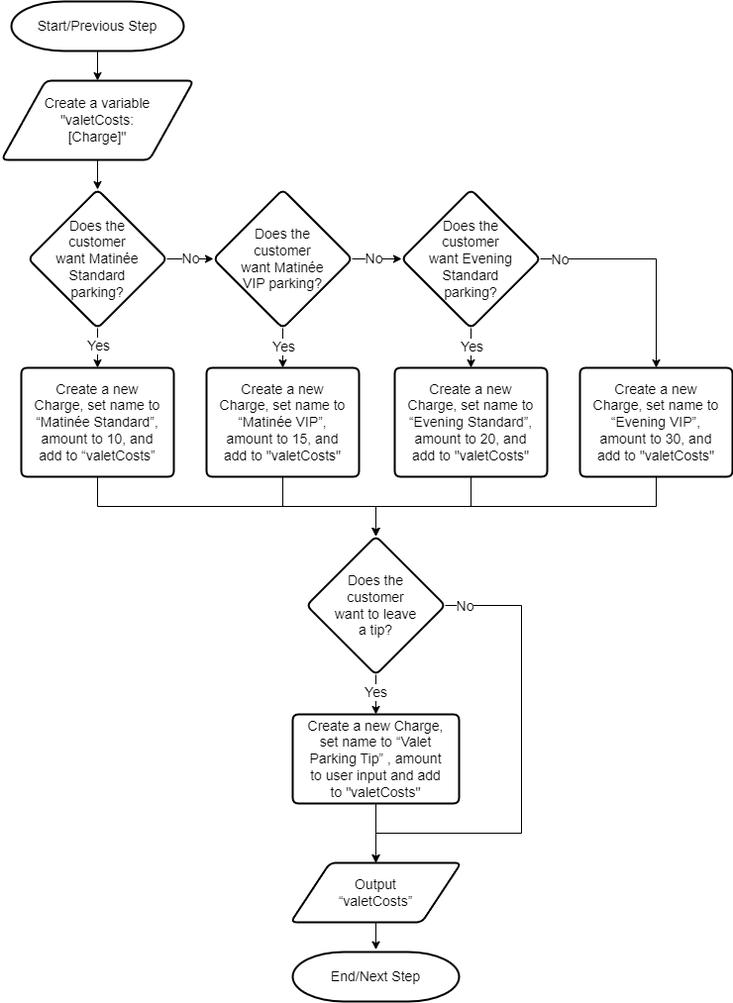
The draw.io diagram APS145NFF/W5/logic1-Luca Novello_part5.png in lucanovello/Winter-2024, before a commit. Source tidied: cells renumbered, new cells last; positions are measured from the earlier drawing's top-left corner, leaving out a move shared by most shapes.
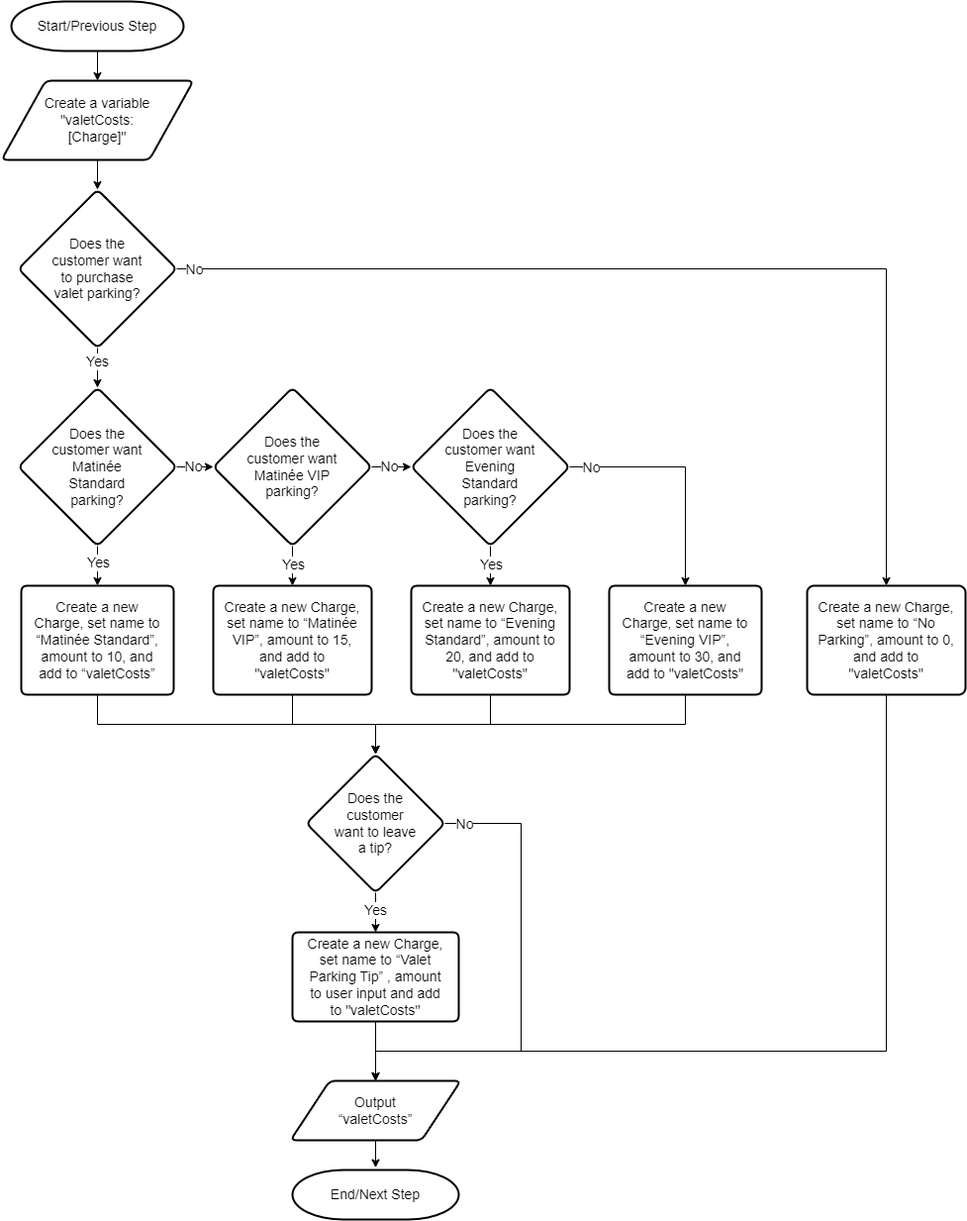
Above is the later version.

Diff of the diagram source:
```diff
@@ -3,7 +3,7 @@
     <mxCell id="0" />
     <mxCell id="1" parent="0" />
     <mxCell id="2" value="Start/Previous Step" style="strokeWidth=2;html=1;shape=mxgraph.flowchart.terminator;whiteSpace=wrap;spacing=20;spacingTop=5;spacingBottom=5;spacingLeft=5;spacingRight=5;fontSize=14;" parent="1" vertex="1">
-      <mxGeometry x="10" width="174" height="50" as="geometry" />
+      <mxGeometry x="10" y="-220" width="174" height="50" as="geometry" />
     </mxCell>
     <mxCell id="3" style="endArrow=classic;html=1;rounded=0;exitX=0.5;exitY=1;exitDx=0;exitDy=0;exitPerimeter=0;entryX=0.5;entryY=0;entryDx=0;entryDy=0;fontSize=14;" parent="1" edge="1" source="2" target="12">
       <mxGeometry relative="1" as="geometry" />
@@ -16,14 +16,16 @@
         <mxPoint x="2" y="4" as="offset" />
       </mxGeometry>
     </mxCell>
-    <mxCell id="6" style="edgeStyle=orthogonalEdgeStyle;rounded=0;jettySize=auto;html=1;fontSize=14;" parent="1" edge="1" source="8" target="25">
+    <mxCell id="6" style="edgeStyle=orthogonalEdgeStyle;rounded=0;jettySize=auto;html=1;fontSize=14;entryX=0;entryY=0.5;entryDx=0;entryDy=0;" parent="1" edge="1" source="8" target="25">
       <mxGeometry relative="1" as="geometry" />
     </mxCell>
     <mxCell id="7" value="No" style="edgeLabel;html=1;align=center;verticalAlign=middle;fontSize=14;" parent="6" vertex="1">
-      <mxGeometry x="-0.04" y="1" relative="1" as="geometry" />
+      <mxGeometry x="-0.04" y="1" relative="1" as="geometry">
+        <mxPoint x="-4" y="-2" as="offset" />
+      </mxGeometry>
     </mxCell>
     <mxCell id="8" value="&lt;p style=&quot;line-height: 120%; font-size: 14px;&quot;&gt;Does the customer want Matinée Standard parking?&lt;/p&gt;" style="rhombus;whiteSpace=wrap;html=1;strokeWidth=2;rounded=1;arcSize=12;verticalAlign=middle;horizontal=1;spacing=21;spacingBottom=5;spacingTop=5;spacingLeft=5;spacingRight=5;fontSize=14;" parent="1" vertex="1">
-      <mxGeometry x="27" y="190" width="140" height="140" as="geometry" />
+      <mxGeometry x="17" y="170" width="160" height="160" as="geometry" />
     </mxCell>
     <mxCell id="9" style="edgeStyle=orthogonalEdgeStyle;rounded=0;jettySize=auto;html=1;entryX=0.5;entryY=-0.047;entryDx=0;entryDy=0;entryPerimeter=0;fontSize=14;" parent="1" edge="1" source="10" target="13">
       <mxGeometry relative="1" as="geometry" />
@@ -31,11 +33,11 @@
     <mxCell id="10" value="Output “valetCosts”" style="shape=parallelogram;html=1;strokeWidth=2;perimeter=parallelogramPerimeter;whiteSpace=wrap;rounded=1;arcSize=12;size=0.23;spacing=20;spacingTop=20;spacingBottom=20;spacingLeft=30;spacingRight=30;fontSize=14;" parent="1" vertex="1">
       <mxGeometry x="292" y="870" width="172" height="60" as="geometry" />
     </mxCell>
-    <mxCell id="11" style="edgeStyle=orthogonalEdgeStyle;rounded=0;jettySize=auto;html=1;fontSize=14;" parent="1" edge="1" source="12" target="8">
-      <mxGeometry relative="1" as="geometry" />
-    </mxCell>
+    <mxCell id="39" style="edgeStyle=orthogonalEdgeStyle;rounded=0;jettySize=auto;html=1;" parent="1" edge="1" source="12" target="44">
+      <mxGeometry relative="1" as="geometry" />
+    </mxCell>
     <mxCell id="12" value="&lt;div style=&quot;font-size: 14px;&quot;&gt;Create a variable &quot;valetCosts: [Charge]&quot;&lt;/div&gt;" style="shape=parallelogram;html=1;strokeWidth=2;perimeter=parallelogramPerimeter;whiteSpace=wrap;rounded=1;arcSize=12;size=0.23;spacing=20;spacingTop=20;spacingBottom=20;spacingLeft=20;spacingRight=20;fontSize=14;" parent="1" vertex="1">
-      <mxGeometry y="80" width="194" height="80" as="geometry" />
+      <mxGeometry y="-140" width="194" height="80" as="geometry" />
     </mxCell>
     <mxCell id="13" value="End/Next Step" style="strokeWidth=2;html=1;shape=mxgraph.flowchart.terminator;whiteSpace=wrap;spacing=20;spacingTop=5;spacingBottom=5;spacingLeft=5;spacingRight=5;fontSize=14;" parent="1" vertex="1">
       <mxGeometry x="294" y="960" width="168" height="50" as="geometry" />
@@ -84,7 +86,7 @@
       </mxGeometry>
     </mxCell>
     <mxCell id="25" value="&lt;p style=&quot;line-height: 120%; font-size: 14px;&quot;&gt;Does the customer want Matinée VIP parking?&lt;/p&gt;" style="rhombus;whiteSpace=wrap;html=1;strokeWidth=2;rounded=1;arcSize=12;verticalAlign=middle;horizontal=1;spacing=21;spacingBottom=5;spacingTop=5;spacingLeft=5;spacingRight=5;fontSize=14;" parent="1" vertex="1">
-      <mxGeometry x="214" y="190" width="140" height="140" as="geometry" />
+      <mxGeometry x="214" y="170" width="160" height="160" as="geometry" />
     </mxCell>
     <mxCell id="26" style="edgeStyle=orthogonalEdgeStyle;rounded=0;jettySize=auto;html=1;fontSize=14;" parent="1" edge="1" source="30" target="36">
       <mxGeometry relative="1" as="geometry" />
@@ -103,7 +105,7 @@
       </mxGeometry>
     </mxCell>
     <mxCell id="30" value="&lt;p style=&quot;line-height: 120%; font-size: 14px;&quot;&gt;Does the customer want Evening Standard parking?&lt;/p&gt;" style="rhombus;whiteSpace=wrap;html=1;strokeWidth=2;rounded=1;arcSize=12;verticalAlign=middle;horizontal=1;spacing=21;spacingBottom=5;spacingTop=5;spacingLeft=5;spacingRight=5;fontSize=14;" parent="1" vertex="1">
-      <mxGeometry x="404" y="190" width="140" height="140" as="geometry" />
+      <mxGeometry x="414" y="170" width="160" height="160" as="geometry" />
     </mxCell>
     <mxCell id="31" style="edgeStyle=orthogonalEdgeStyle;rounded=0;jettySize=auto;html=1;entryX=0.5;entryY=0;entryDx=0;entryDy=0;fontSize=14;" parent="1" edge="1" source="32" target="18">
       <mxGeometry relative="1" as="geometry">
@@ -120,24 +122,52 @@
       <mxGeometry relative="1" as="geometry" />
     </mxCell>
     <mxCell id="34" value="Create a new Charge, set name to “Matinée VIP”, amount to 15, and add to &quot;valetCosts&quot;" style="shape=parallelogram;html=1;strokeWidth=2;perimeter=parallelogramPerimeter;whiteSpace=wrap;rounded=1;arcSize=12;size=0;spacing=12;spacingLeft=0;spacingRight=0;fontSize=14;" parent="1" vertex="1">
-      <mxGeometry x="207" y="370" width="154" height="110" as="geometry" />
+      <mxGeometry x="214" y="370" width="160" height="110" as="geometry" />
     </mxCell>
     <mxCell id="35" style="edgeStyle=orthogonalEdgeStyle;rounded=0;jettySize=auto;html=1;entryX=0.5;entryY=0;entryDx=0;entryDy=0;fontSize=14;" parent="1" edge="1" source="36" target="18">
       <mxGeometry relative="1" as="geometry" />
     </mxCell>
     <mxCell id="36" value="Create a new Charge, set name to “Evening Standard”, amount to 20, and add to &quot;valetCosts&quot;" style="shape=parallelogram;html=1;strokeWidth=2;perimeter=parallelogramPerimeter;whiteSpace=wrap;rounded=1;arcSize=12;size=0;spacing=12;spacingLeft=0;spacingRight=0;fontSize=14;" parent="1" vertex="1">
-      <mxGeometry x="397" y="370" width="154" height="110" as="geometry" />
+      <mxGeometry x="414" y="370" width="160" height="110" as="geometry" />
     </mxCell>
-    <mxCell id="37" style="edgeStyle=orthogonalEdgeStyle;rounded=0;jettySize=auto;html=1;entryX=0.5;entryY=0;entryDx=0;entryDy=0;fontSize=14;" parent="1" edge="1" source="38" target="18">
+    <mxCell id="37" style="edgeStyle=orthogonalEdgeStyle;rounded=0;jettySize=auto;html=1;entryX=0.5;entryY=0;entryDx=0;entryDy=0;fontSize=14;exitX=0.5;exitY=1;exitDx=0;exitDy=0;" parent="1" edge="1" source="38" target="18">
       <mxGeometry relative="1" as="geometry">
         <Array as="points">
-          <mxPoint x="661" y="510" />
+          <mxPoint x="691" y="510" />
           <mxPoint x="378" y="510" />
         </Array>
       </mxGeometry>
     </mxCell>
     <mxCell id="38" value="Create a new Charge, set name to “Evening VIP”, amount to 30, and add to &quot;valetCosts&quot;" style="shape=parallelogram;html=1;strokeWidth=2;perimeter=parallelogramPerimeter;whiteSpace=wrap;rounded=1;arcSize=12;size=0;spacing=12;spacingLeft=0;spacingRight=0;fontSize=14;" parent="1" vertex="1">
-      <mxGeometry x="584" y="370" width="154" height="110" as="geometry" />
+      <mxGeometry x="614" y="370" width="154" height="110" as="geometry" />
     </mxCell>
+    <mxCell id="40" style="edgeStyle=orthogonalEdgeStyle;rounded=0;jettySize=auto;html=1;entryX=0.5;entryY=0;entryDx=0;entryDy=0;fontSize=14;" parent="1" edge="1" source="44" target="46">
+      <mxGeometry relative="1" as="geometry" />
+    </mxCell>
+    <mxCell id="41" value="No" style="edgeLabel;html=1;align=center;verticalAlign=middle;fontSize=14;" parent="40" vertex="1">
+      <mxGeometry x="-0.96" relative="1" as="geometry">
+        <mxPoint x="-4" as="offset" />
+      </mxGeometry>
+    </mxCell>
+    <mxCell id="42" style="edgeStyle=orthogonalEdgeStyle;rounded=0;jettySize=auto;html=1;" parent="1" edge="1" source="44" target="8">
+      <mxGeometry relative="1" as="geometry" />
+    </mxCell>
+    <mxCell id="43" value="Yes" style="edgeLabel;html=1;align=center;verticalAlign=middle;fontSize=14;" parent="42" vertex="1">
+      <mxGeometry x="-0.35" y="-1" relative="1" as="geometry" />
+    </mxCell>
+    <mxCell id="44" value="&lt;p style=&quot;line-height: 120%; font-size: 14px;&quot;&gt;Does the customer want to purchase valet parking?&lt;/p&gt;" style="rhombus;whiteSpace=wrap;html=1;strokeWidth=2;rounded=1;arcSize=12;verticalAlign=middle;horizontal=1;spacing=20;spacingBottom=0;spacingTop=0;spacingLeft=10;spacingRight=10;fontSize=14;" parent="1" vertex="1">
+      <mxGeometry x="17" y="-30" width="160" height="160" as="geometry" />
+    </mxCell>
+    <mxCell id="45" style="edgeStyle=orthogonalEdgeStyle;rounded=0;jettySize=auto;html=1;entryX=0.5;entryY=0;entryDx=0;entryDy=0;" parent="1" edge="1" source="46" target="10">
+      <mxGeometry relative="1" as="geometry">
+        <Array as="points">
+          <mxPoint x="894" y="840" />
+          <mxPoint x="378" y="840" />
+        </Array>
+      </mxGeometry>
+    </mxCell>
+    <mxCell id="46" value="Create a new Charge, set name to “No Parking”, amount to 0, and add to &quot;valetCosts&quot;" style="rounded=1;whiteSpace=wrap;html=1;absoluteArcSize=1;arcSize=14;strokeWidth=2;spacing=10;spacingTop=0;spacingBottom=0;spacingLeft=0;spacingRight=0;fontSize=14;" parent="1" vertex="1">
+      <mxGeometry x="814" y="370" width="160" height="110" as="geometry" />
+    </mxCell>
   </root>
 </mxGraphModel>
```
